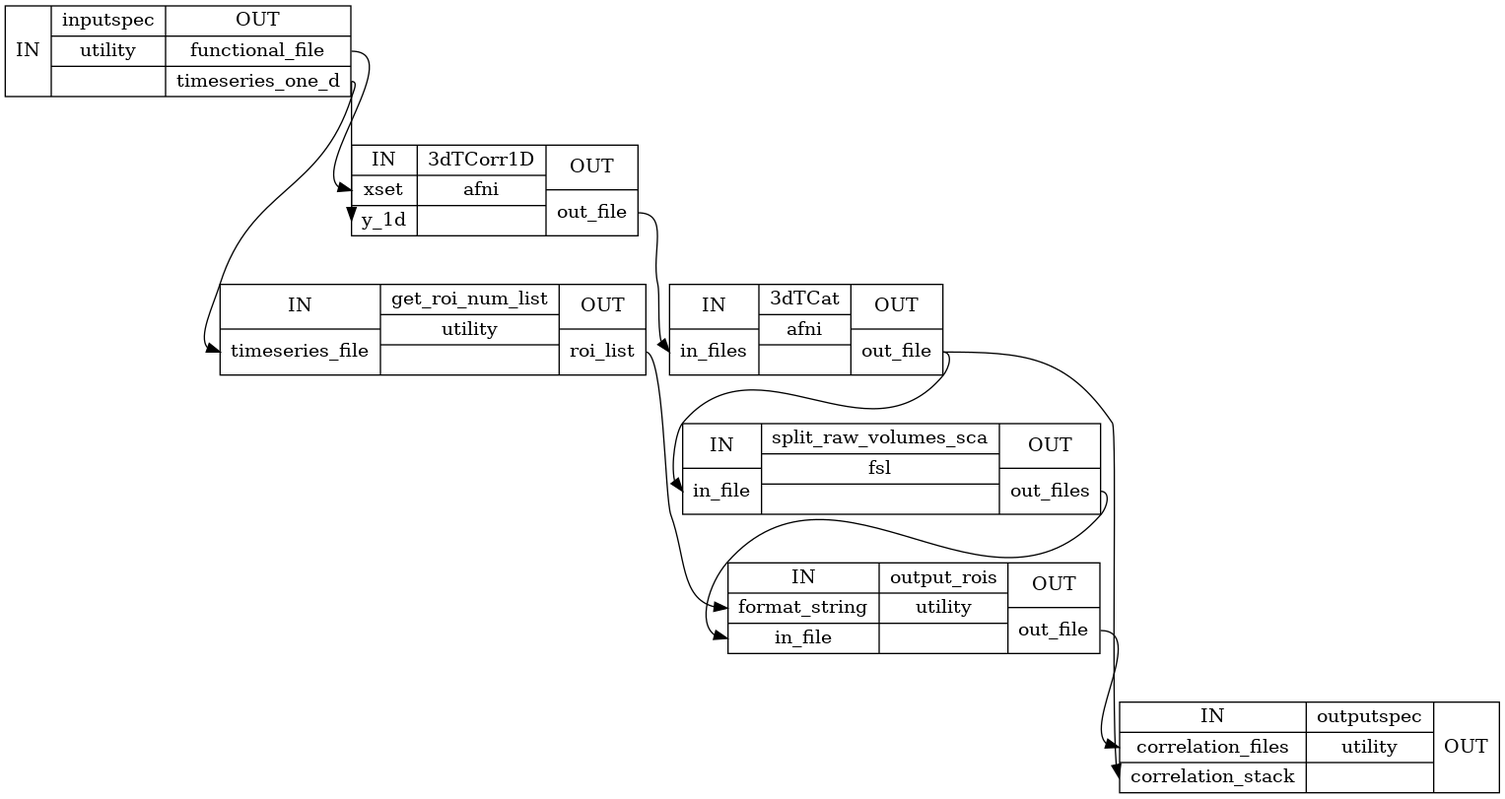
Before: docs/nightly/developer/workflows/images/generated/sca_detailed.png, a diagram exported from Graphviz (shnizzedy/fcp-indi.github.com). Its source is kept beside it as docs/nightly/developer/workflows/images/generated/sca_detailed.dot. Its diagram source:
```dot
digraph structs {
node [shape=record];
scainputspec [label="{IN}|{ inputspec | utility |  }|{OUT|<outfunctionalfile> functional_file|<outtimeseriesoned> timeseries_one_d}"];
scaget_roi_num_list [label="{IN|<intimeseriesfile> timeseries_file}|{ get_roi_num_list | utility |  }|{OUT|<outroilist> roi_list}"];
sca3dTCorr1D [label="{IN|<inxset> xset|<iny1d> y_1d}|{ 3dTCorr1D | afni |  }|{OUT|<outoutfile> out_file}"];
sca3dTCat [label="{IN|<ininfiles> in_files}|{ 3dTCat | afni |  }|{OUT|<outoutfile> out_file}"];
scasplit_raw_volumes_sca [label="{IN|<ininfile> in_file}|{ split_raw_volumes_sca | fsl |  }|{OUT|<outoutfiles> out_files}"];
scaoutput_rois [label="{IN|<informatstring> format_string|<ininfile> in_file}|{ output_rois | utility |  }|{OUT|<outoutfile> out_file}"];
scaoutputspec [label="{IN|<incorrelationfiles> correlation_files|<incorrelationstack> correlation_stack}|{ outputspec | utility |  }|{OUT}"];
sca3dTCat:outoutfile:e -> scaoutputspec:incorrelationstack:w;
sca3dTCat:outoutfile:e -> scasplit_raw_volumes_sca:ininfile:w;
sca3dTCorr1D:outoutfile:e -> sca3dTCat:ininfiles:w;
scaget_roi_num_list:outroilist:e -> scaoutput_rois:informatstring:w;
scainputspec:outfunctionalfile:e -> sca3dTCorr1D:inxset:w;
scainputspec:outtimeseriesoned:e -> sca3dTCorr1D:iny1d:w;
scainputspec:outtimeseriesoned:e -> scaget_roi_num_list:intimeseriesfile:w;
scaoutput_rois:outoutfile:e -> scaoutputspec:incorrelationfiles:w;
scasplit_raw_volumes_sca:outoutfiles:e -> scaoutput_rois:ininfile:w;
}
```
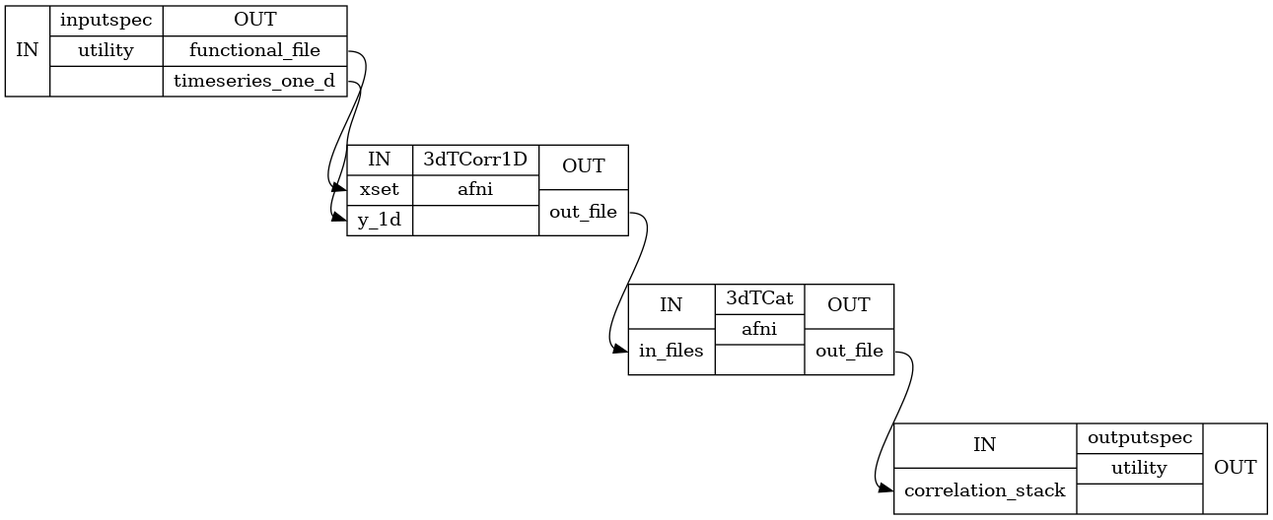
The same diagram one commit later.

Change to the diagram source:
```diff
@@ -1,19 +1,11 @@
 digraph structs {
 node [shape=record];
 scainputspec [label="{IN}|{ inputspec | utility |  }|{OUT|<outfunctionalfile> functional_file|<outtimeseriesoned> timeseries_one_d}"];
-scaget_roi_num_list [label="{IN|<intimeseriesfile> timeseries_file}|{ get_roi_num_list | utility |  }|{OUT|<outroilist> roi_list}"];
 sca3dTCorr1D [label="{IN|<inxset> xset|<iny1d> y_1d}|{ 3dTCorr1D | afni |  }|{OUT|<outoutfile> out_file}"];
 sca3dTCat [label="{IN|<ininfiles> in_files}|{ 3dTCat | afni |  }|{OUT|<outoutfile> out_file}"];
-scasplit_raw_volumes_sca [label="{IN|<ininfile> in_file}|{ split_raw_volumes_sca | fsl |  }|{OUT|<outoutfiles> out_files}"];
-scaoutput_rois [label="{IN|<informatstring> format_string|<ininfile> in_file}|{ output_rois | utility |  }|{OUT|<outoutfile> out_file}"];
-scaoutputspec [label="{IN|<incorrelationfiles> correlation_files|<incorrelationstack> correlation_stack}|{ outputspec | utility |  }|{OUT}"];
+scaoutputspec [label="{IN|<incorrelationstack> correlation_stack}|{ outputspec | utility |  }|{OUT}"];
 sca3dTCat:outoutfile:e -> scaoutputspec:incorrelationstack:w;
-sca3dTCat:outoutfile:e -> scasplit_raw_volumes_sca:ininfile:w;
 sca3dTCorr1D:outoutfile:e -> sca3dTCat:ininfiles:w;
-scaget_roi_num_list:outroilist:e -> scaoutput_rois:informatstring:w;
 scainputspec:outfunctionalfile:e -> sca3dTCorr1D:inxset:w;
 scainputspec:outtimeseriesoned:e -> sca3dTCorr1D:iny1d:w;
-scainputspec:outtimeseriesoned:e -> scaget_roi_num_list:intimeseriesfile:w;
-scaoutput_rois:outoutfile:e -> scaoutputspec:incorrelationfiles:w;
-scasplit_raw_volumes_sca:outoutfiles:e -> scaoutput_rois:ininfile:w;
 }
```
